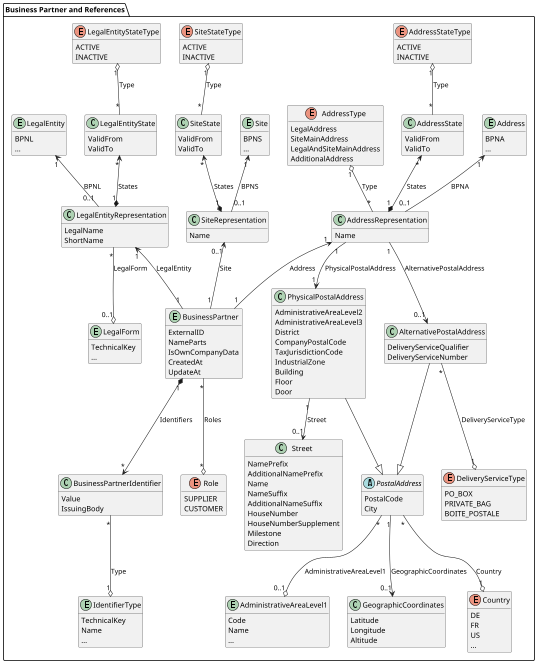
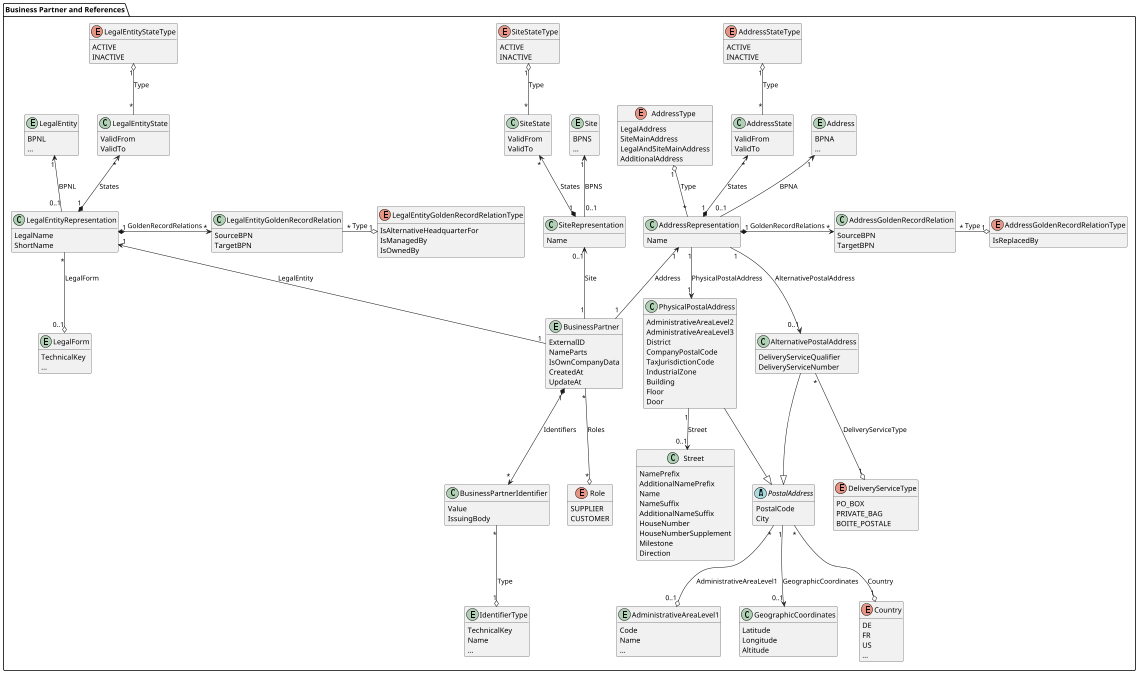
@startuml business-partner

skinparam dpi 50

package "Business Partner and References" {
  entity BusinessPartner {
    ExternalID
    NameParts
    IsOwnCompanyData
    CreatedAt
    UpdateAt
  }

  ' taken out from 24.05 using the separate entity states only
  ' class BusinessPartnerState {
  '   ValidFrom
  '   ValidTo
  ' }

  ' enum BusinessPartnerStateType {
  '   Active
  '   Inactive
  ' }

  class LegalEntityState {
    ValidFrom
    ValidTo
  }

  enum LegalEntityStateType {
    ACTIVE
    INACTIVE
  }

  class SiteState {
    ValidFrom
    ValidTo
  }

  enum SiteStateType{
    ACTIVE
    INACTIVE
  }

  class AddressState {
    ValidFrom
    ValidTo
  }

  enum AddressStateType{
    ACTIVE
    INACTIVE
  }

  class BusinessPartnerIdentifier {
    Value
    IssuingBody
  }

  ' taken out from 24.05, as not clear if this is modelled correctly
  ' class Classification{
  '   Value
  '   Code
  ' }

  ' enum ClassificationType {
  '   NACE
  '   NAF
  '   NAICS
  '   SIC
  ' }

  entity IdentifierType {
    TechnicalKey
    Name
    ...
  }

  enum Role {
    SUPPLIER
    CUSTOMER
  }

  entity LegalForm {
    TechnicalKey
    ...
  }

  entity LegalEntity {
    BPNL
    ...
  }

  class LegalEntityRepresentation {
    LegalName
    ShortName
  }

+   class LegalEntityGoldenRecordRelation {
+     SourceBPN
+     TargetBPN
+   }
+ 
+   enum LegalEntityGoldenRecordRelationType {
+     IsAlternativeHeadquarterFor
+     IsManagedBy
+     IsOwnedBy
+   }
+ 
  entity Site {
    BPNS
    ...
  }

  class SiteRepresentation {
    Name
  }

  entity Address {
    BPNA
    ...
  }

  class AddressRepresentation {
    Name
+   }
+ 
+   class AddressGoldenRecordRelation {
+     SourceBPN
+     TargetBPN
+   }
+ 
+   enum AddressGoldenRecordRelationType {
+     IsReplacedBy
  }

  ' not yet standardized, as not clear if operating company can correctly implement it
  ' class ConfidenceCriteria {
  '   SharedByOwner
  '   CheckedByExternalSource
  '   NumberOfSharingMembers
  '   LastConfidenceCheckAt
  '   NextConfidenceCheckAt
  '   ConfidenceLevel
  ' }
- 
-   class AddressRepresentation { }

  enum AddressType {
    LegalAddress
    SiteMainAddress
    LegalAndSiteMainAddress
    AdditionalAddress
  }

  class AlternativePostalAddress{
    DeliveryServiceQualifier
    DeliveryServiceNumber
  }

  enum DeliveryServiceType {
    PO_BOX
    PRIVATE_BAG
    BOITE_POSTALE
  }

  class PhysicalPostalAddress{
    AdministrativeAreaLevel2
    AdministrativeAreaLevel3
    District
    CompanyPostalCode
    TaxJurisdictionCode
    IndustrialZone
    Building
    Floor
    Door
  }

  abstract class PostalAddress{
    PostalCode
    City
  }

  enum Country {
    DE
    FR
    US
    ...
  }

  entity AdministrativeAreaLevel1{
    Code
    Name
    ...
  }

  class GeographicCoordinates {
    Latitude
    Longitude
    Altitude
  }

  class Street {
    NamePrefix
    AdditionalNamePrefix
    Name
    NameSuffix
    AdditionalNameSuffix
    HouseNumber
    HouseNumberSupplement
    Milestone
    Direction
  }

  ' not implemented / standardized yet
  ' class LegalEntityScriptVariant {
  '   LegalName
  '   ShortName
  ' }

  ' class SiteScriptVariant {
  '   Name
  ' }

  ' class AddressScriptVariant {
  '   Name
  ' }

  ' class BusinessPartnerScriptVariant {
  '   NameParts
  ' }

  ' enum ScriptCode {
  '   Arab
  '   Cyrl
  '   Hans
  '   Jpan
  '   Latn
  '   ...
  ' }

  BusinessPartner "1" -u-> "1" LegalEntityRepresentation : LegalEntity
  BusinessPartner "1" -u-> "0..1" SiteRepresentation : Site
  BusinessPartner "1" -u-> "1" AddressRepresentation : Address

  LegalEntityRepresentation "0..1" -u-> "1" LegalEntity : BPNL
  SiteRepresentation "0..1" -u-> "1" Site : BPNS
  AddressRepresentation "0..1" -u-> "1" Address : BPNA

  AddressRepresentation "*" -u-o "1" AddressType : Type
  AddressRepresentation "1" -d-> "0..1" AlternativePostalAddress : AlternativePostalAddress
  AlternativePostalAddress "*" -d-o "1" DeliveryServiceType : DeliveryServiceType
  AlternativePostalAddress -d-|> PostalAddress

  AddressRepresentation "1" -d-> "1" PhysicalPostalAddress : PhysicalPostalAddress
  PhysicalPostalAddress "1" -d-> "0..1" Street : Street
  PhysicalPostalAddress -d-|> PostalAddress

  PostalAddress "*" -d-o "1" Country : Country
  PostalAddress "*" -d-o "0..1" AdministrativeAreaLevel1 : AdministrativeAreaLevel1
  PostalAddress "1" -d-> "0..1" GeographicCoordinates : GeographicCoordinates

  ' not yet standardized, as not clear if operating company can correctly implement it
  ' LegalEntityRepresentation "1" -u-> "1" ConfidenceCriteria : ConfidenceCriteria
  ' SiteRepresentation "1" -u-> "1" ConfidenceCriteria : ConfidenceCriteria
  ' AddressRepresentation "1" -u-> "1" ConfidenceCriteria : ConfidenceCriteria

  ' taken out from 24.05 using the separate entity states only
  ' BusinessPartner "1" *-d-> "*" BusinessPartnerState : States
  ' BusinessPartnerState "*" -d-o "1" BusinessPartnerStateType : Type

  LegalEntityRepresentation "1" *-u-> "*" LegalEntityState : States
  LegalEntityState "*" -u-o "1" LegalEntityStateType : Type

+   LegalEntityRepresentation "1" *-r-> "*" LegalEntityGoldenRecordRelation : GoldenRecordRelations
+   LegalEntityGoldenRecordRelation "*" -r-o "1" LegalEntityGoldenRecordRelationType : Type
+ 
  SiteRepresentation "1" *-u-> "*" SiteState : States
  SiteState "*" -u-o "1" SiteStateType : Type

  AddressRepresentation "1" *-u-> "*" AddressState : States
  AddressState "*" -u-o "1" AddressStateType : Type
+ 
+   AddressRepresentation "1" *-r-> "*" AddressGoldenRecordRelation : GoldenRecordRelations
+   AddressGoldenRecordRelation "*" -r-o "1" AddressGoldenRecordRelationType : Type

  BusinessPartner "1" *-d-> "*" BusinessPartnerIdentifier : Identifiers
  BusinessPartnerIdentifier "*" -d-o "1" IdentifierType : Type

  BusinessPartner "*" -d-o "*" Role : Roles

  ' taken out from 24.05, as not clear if this is modelled correctly
  ' LegalEntityRepresentation "1" *-d-> "*" Classification : Classifications
  ' Classification "*" -d-o "1" ClassificationType : Type

  LegalEntityRepresentation "*" -d-o "0..1" LegalForm : LegalForm

  ' not implemented / standardized yet
  ' LegalEntityRepresentation "1" *--> "*" LegalEntityScriptVariant : ScriptVariants
  ' LegalEntityScriptVariant "*" --o "1" ScriptCode : ScriptCode

  ' SiteRepresentation "1" *--> "*" SiteScriptVariant : ScriptVariants
  ' SiteScriptVariant "*" --o "1" ScriptCode : ScriptCode

  ' AddressRepresentation "1" *--> "*" AddressScriptVariant : ScriptVariants
  ' AddressScriptVariant "*" --o "1" ScriptCode : ScriptCode
  ' AddressScriptVariant "1" -d-> "1" PhysicalPostalAddress : PhysicalPostalAddress
  ' AddressScriptVariant "1" -d-> "0..1" AlternativePostalAddress : AlternativePostalAddress

  ' BusinessPartner "1" *--> "*" BusinessPartnerScriptVariant : ScriptVariants
  ' BusinessPartnerScriptVariant "*" --o "1" ScriptCode : ScriptCode
}

hide methods
hide AddressRepresentation methods
hide LegalEntityRepresentation methods
hide SiteRepresentation methods
@enduml